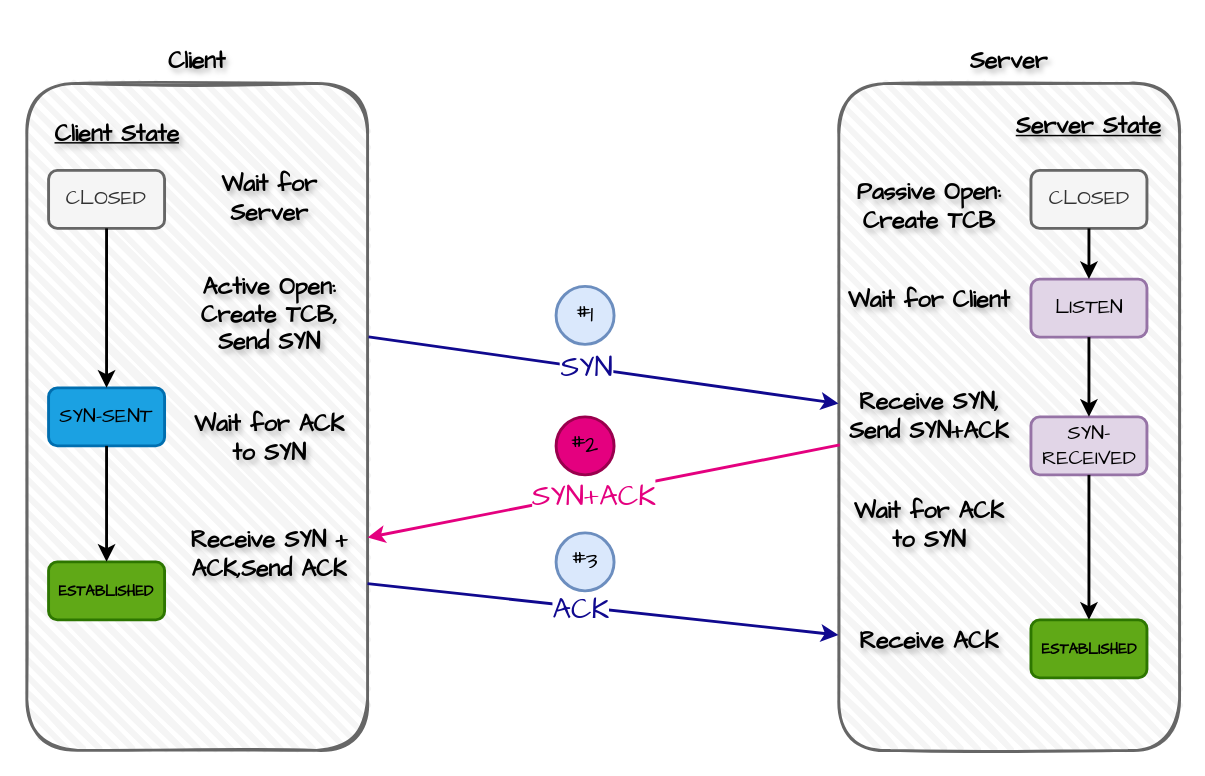
Earlier version of the draw.io diagram page "Page-5" (5 of 5) of TCP.drawio (LuoSue/sscdn). Source tidied: cells renumbered, new cells numbered last; positions are measured from the earlier drawing's top-left corner, leaving out a move shared by most shapes. Both pictures are drawn from the tidied source at 145%, with x=0, y=0 at pixel (26, 25).
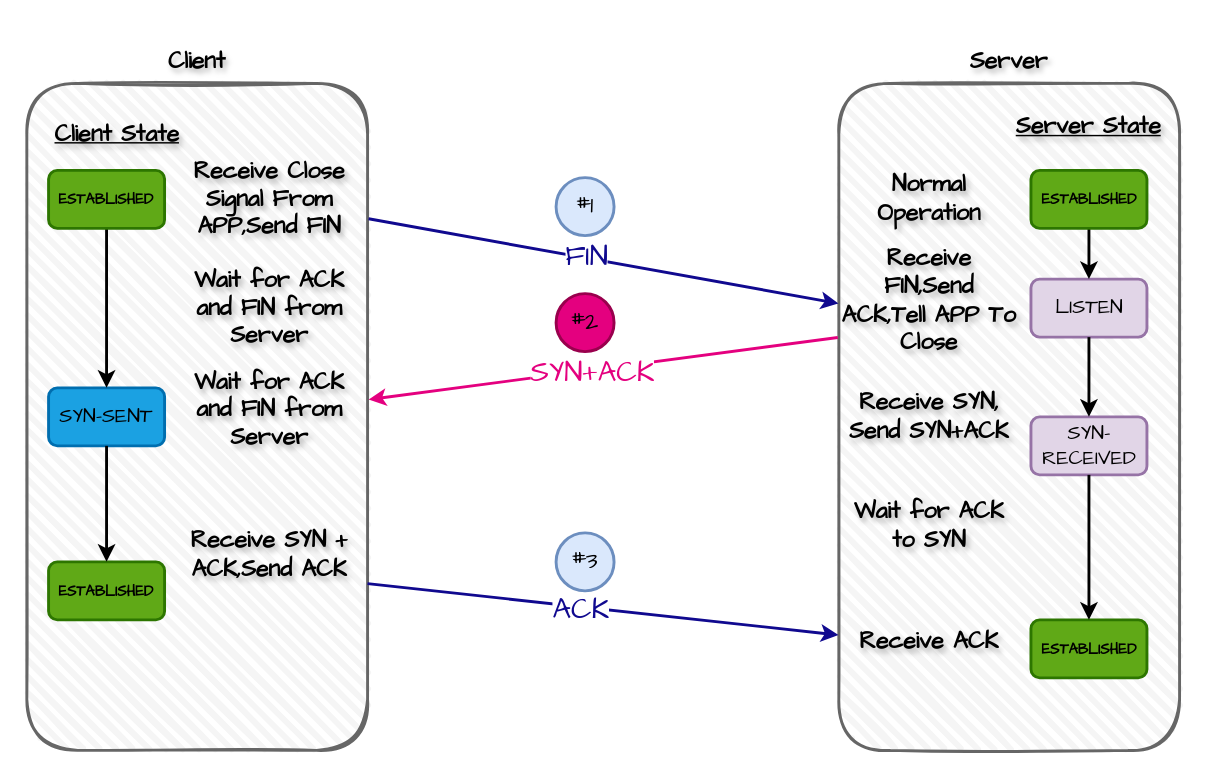
Above is the later version.

The change refers to these unchanged cells:
```xml
<mxCell id="4" style="rounded=1;whiteSpace=wrap;html=1;strokeWidth=2;fillWeight=4;hachureGap=8;hachureAngle=45;fillColor=#f5f5f5;sketch=1;strokeColor=#666666;fontColor=#333333;" parent="1" vertex="1">
  <mxGeometry y="40" width="235" height="460" as="geometry" />
</mxCell>
<mxCell id="5" style="rounded=1;whiteSpace=wrap;html=1;strokeWidth=2;fillWeight=4;hachureGap=8;hachureAngle=45;fillColor=#f5f5f5;sketch=1;strokeColor=#666666;fontColor=#333333;" parent="1" vertex="1">
  <mxGeometry x="560" y="40" width="235" height="460" as="geometry" />
</mxCell>
<mxCell id="17" value="&lt;font style=&quot;font-size: 14px;&quot; face=&quot;Comic Sans MS&quot; color=&quot;#000000&quot;&gt;SYN-SENT&lt;/font&gt;" style="rounded=1;whiteSpace=wrap;html=1;strokeWidth=2;fillWeight=4;hachureGap=8;hachureAngle=45;fillColor=#1ba1e2;strokeColor=#006EAF;fontColor=#ffffff;" parent="1" vertex="1">
  <mxGeometry x="15" y="250" width="80" height="40" as="geometry" />
</mxCell>
<mxCell id="27" value="&lt;font face=&quot;Comic Sans MS&quot;&gt;&lt;span style=&quot;font-size: 14px;&quot;&gt;LISTEN&lt;/span&gt;&lt;/font&gt;" style="rounded=1;whiteSpace=wrap;html=1;strokeWidth=2;fillWeight=4;hachureGap=8;hachureAngle=45;fillColor=#e1d5e7;strokeColor=#9673a6;" parent="1" vertex="1">
  <mxGeometry x="692.5" y="175" width="80" height="40" as="geometry" />
</mxCell>
```

The edit, as a diff of the source:
```diff
@@
-    <mxCell id="6" style="endArrow=classic;html=1;rounded=0;strokeWidth=2;exitX=1.003;exitY=0.38;exitDx=0;exitDy=0;entryX=-0.001;entryY=0.48;entryDx=0;entryDy=0;exitPerimeter=0;entryPerimeter=0;fillColor=#0050ef;strokeColor=#10098F;" parent="1" edge="1" source="4" target="5">
+    <mxCell id="6" style="endArrow=classic;html=1;rounded=0;strokeWidth=2;exitX=1.003;exitY=0.203;exitDx=0;exitDy=0;entryX=-0.001;entryY=0.33;entryDx=0;entryDy=0;exitPerimeter=0;entryPerimeter=0;fillColor=#0050ef;strokeColor=#10098F;" parent="1" edge="1" source="4" target="5">
       <mxGeometry relative="1" as="geometry" />
     </mxCell>
-    <mxCell id="7" value="&lt;font color=&quot;#10098f&quot; style=&quot;font-size: 20px;&quot; face=&quot;Comic Sans MS&quot;&gt;SYN&lt;/font&gt;" style="edgeLabel;html=1;align=center;verticalAlign=middle;" parent="6" vertex="1">
+    <mxCell id="7" value="&lt;font color=&quot;#10098f&quot; style=&quot;font-size: 20px;&quot; face=&quot;Comic Sans MS&quot;&gt;FIN&lt;/font&gt;" style="edgeLabel;html=1;align=center;verticalAlign=middle;" parent="6" vertex="1">
       <mxGeometry x="-0.18" y="-1" relative="1" as="geometry">
         <mxPoint x="17" as="offset" />
       </mxGeometry>
     </mxCell>
-    <mxCell id="8" style="endArrow=classic;html=1;rounded=0;strokeWidth=2;exitX=0.003;exitY=0.542;exitDx=0;exitDy=0;exitPerimeter=0;entryX=1;entryY=0.681;entryDx=0;entryDy=0;entryPerimeter=0;fillColor=#d80073;strokeColor=#E4007F;" parent="1" edge="1" source="5" target="4">
+    <mxCell id="8" style="endArrow=classic;html=1;rounded=0;strokeWidth=2;exitX=-0.003;exitY=0.381;exitDx=0;exitDy=0;exitPerimeter=0;entryX=1.003;entryY=0.474;entryDx=0;entryDy=0;entryPerimeter=0;fillColor=#d80073;strokeColor=#E4007F;" parent="1" edge="1" source="5" target="4">
       <mxGeometry relative="1" as="geometry" />
     </mxCell>
@@
-    <mxCell id="12" value="&lt;font style=&quot;font-size: 14px;&quot; face=&quot;Comic Sans MS&quot;&gt;CLOSED&lt;/font&gt;" style="rounded=1;whiteSpace=wrap;html=1;strokeWidth=2;fillWeight=4;hachureGap=8;hachureAngle=45;fillColor=#f5f5f5;strokeColor=#666666;fontColor=#333333;" parent="1" vertex="1">
-      <mxGeometry x="15" y="100" width="80" height="40" as="geometry" />
-    </mxCell>
-    <mxCell id="13" value="&lt;font style=&quot;font-size: 16px;&quot;&gt;&lt;b&gt;Wait for Server&lt;/b&gt;&lt;/font&gt;" style="text;html=1;align=center;verticalAlign=middle;whiteSpace=wrap;rounded=0;fontSize=16;textShadow=1;fontFamily=Comic Sans MS;" parent="1" vertex="1">
+    <mxCell id="13" value="&lt;font style=&quot;font-size: 16px;&quot;&gt;&lt;b&gt;Receive Close Signal From APP,Send FIN&lt;/b&gt;&lt;/font&gt;" style="text;html=1;align=center;verticalAlign=middle;whiteSpace=wrap;rounded=0;fontSize=16;textShadow=1;fontFamily=Comic Sans MS;" parent="1" vertex="1">
       <mxGeometry x="105" y="95" width="125" height="50" as="geometry" />
     </mxCell>
@@
-    <mxCell id="15" value="&lt;font style=&quot;font-size: 16px;&quot;&gt;&lt;b&gt;Active Open: Create TCB, Send SYN&lt;/b&gt;&lt;/font&gt;" style="text;html=1;align=center;verticalAlign=middle;whiteSpace=wrap;rounded=0;fontSize=16;textShadow=1;fontFamily=Comic Sans MS;" parent="1" vertex="1">
-      <mxGeometry x="105" y="175" width="125" height="50" as="geometry" />
+    <mxCell id="15" value="&lt;font style=&quot;font-size: 16px;&quot;&gt;&lt;b&gt;Wait for ACK and FIN from Server&lt;/b&gt;&lt;/font&gt;" style="text;html=1;align=center;verticalAlign=middle;whiteSpace=wrap;rounded=0;fontSize=16;textShadow=1;fontFamily=Comic Sans MS;" parent="1" vertex="1">
+      <mxGeometry x="105" y="170" width="125" height="50" as="geometry" />
     </mxCell>
     <mxCell id="16" value="#1" style="ellipse;whiteSpace=wrap;html=1;strokeWidth=2;fillWeight=2;hachureGap=8;fillColor=#dae8fc;fillStyle=solid;strokeColor=#6c8ebf;fontFamily=Comic Sans MS;fontSize=16;" parent="1" vertex="1">
-      <mxGeometry x="365" y="180" width="40" height="40" as="geometry" />
+      <mxGeometry x="365" y="105" width="40" height="40" as="geometry" />
     </mxCell>
@@
-    <mxCell id="18" style="endArrow=classic;html=1;rounded=0;strokeWidth=2;exitX=0.5;exitY=1;exitDx=0;exitDy=0;entryX=0.5;entryY=0;entryDx=0;entryDy=0;" parent="1" edge="1" source="12" target="17">
+    <mxCell id="18" style="endArrow=classic;html=1;rounded=0;strokeWidth=2;exitX=0.5;exitY=1;exitDx=0;exitDy=0;entryX=0.5;entryY=0;entryDx=0;entryDy=0;" parent="1" edge="1" source="38" target="17">
       <mxGeometry relative="1" as="geometry" />
     </mxCell>
-    <mxCell id="19" value="&lt;font style=&quot;font-size: 16px;&quot;&gt;&lt;b&gt;Wait for ACK to SYN&lt;/b&gt;&lt;/font&gt;" style="text;html=1;align=center;verticalAlign=middle;whiteSpace=wrap;rounded=0;fontSize=16;textShadow=1;fontFamily=Comic Sans MS;" parent="1" vertex="1">
-      <mxGeometry x="105" y="260" width="125" height="50" as="geometry" />
-    </mxCell>
@@
     <mxCell id="23" value="#2" style="ellipse;whiteSpace=wrap;html=1;strokeWidth=2;fillWeight=2;hachureGap=8;fillColor=#E4007F;fillStyle=solid;strokeColor=#99004D;fontFamily=Comic Sans MS;fontSize=16;" parent="1" vertex="1">
-      <mxGeometry x="365" y="270" width="40" height="40" as="geometry" />
+      <mxGeometry x="365" y="185" width="40" height="40" as="geometry" />
     </mxCell>
@@
-    <mxCell id="26" value="&lt;font style=&quot;font-size: 14px;&quot; face=&quot;Comic Sans MS&quot;&gt;CLOSED&lt;/font&gt;" style="rounded=1;whiteSpace=wrap;html=1;strokeWidth=2;fillWeight=4;hachureGap=8;hachureAngle=45;fillColor=#f5f5f5;strokeColor=#666666;fontColor=#333333;" parent="1" vertex="1">
-      <mxGeometry x="692.5" y="100" width="80" height="40" as="geometry" />
-    </mxCell>
@@
-    <mxCell id="30" value="&lt;font style=&quot;font-size: 16px;&quot;&gt;&lt;b&gt;Passive Open: Create TCB&lt;/b&gt;&lt;/font&gt;" style="text;html=1;align=center;verticalAlign=middle;whiteSpace=wrap;rounded=0;fontSize=16;textShadow=1;fontFamily=Comic Sans MS;" parent="1" vertex="1">
-      <mxGeometry x="560" y="100" width="125" height="50" as="geometry" />
+    <mxCell id="30" value="&lt;font style=&quot;font-size: 16px;&quot;&gt;&lt;b&gt;Normal Operation&lt;/b&gt;&lt;/font&gt;" style="text;html=1;align=center;verticalAlign=middle;whiteSpace=wrap;rounded=0;fontSize=16;textShadow=1;fontFamily=Comic Sans MS;" parent="1" vertex="1">
+      <mxGeometry x="560" y="95" width="125" height="50" as="geometry" />
     </mxCell>
-    <mxCell id="31" style="endArrow=classic;html=1;rounded=0;strokeWidth=2;exitX=0.5;exitY=1;exitDx=0;exitDy=0;entryX=0.5;entryY=0;entryDx=0;entryDy=0;" parent="1" edge="1" source="26" target="27">
+    <mxCell id="31" style="endArrow=classic;html=1;rounded=0;strokeWidth=2;exitX=0.5;exitY=1;exitDx=0;exitDy=0;entryX=0.5;entryY=0;entryDx=0;entryDy=0;" parent="1" edge="1" source="39" target="27">
       <mxGeometry relative="1" as="geometry" />
     </mxCell>
@@
-    <mxCell id="34" value="&lt;b&gt;Wait for Client&lt;/b&gt;" style="text;html=1;align=center;verticalAlign=middle;whiteSpace=wrap;rounded=0;fontSize=16;textShadow=1;fontFamily=Comic Sans MS;" parent="1" vertex="1">
+    <mxCell id="34" value="&lt;b&gt;Receive FIN,Send ACK,Tell APP To Close&lt;/b&gt;" style="text;html=1;align=center;verticalAlign=middle;whiteSpace=wrap;rounded=0;fontSize=16;textShadow=1;fontFamily=Comic Sans MS;" parent="1" vertex="1">
       <mxGeometry x="560" y="165" width="125" height="50" as="geometry" />
     </mxCell>
@@
+    <mxCell id="38" value="&lt;font size=&quot;1&quot; style=&quot;&quot; face=&quot;Comic Sans MS&quot; color=&quot;#000000&quot;&gt;&lt;b style=&quot;font-size: 10px;&quot;&gt;ESTABLISHED&lt;/b&gt;&lt;/font&gt;" style="rounded=1;whiteSpace=wrap;html=1;strokeWidth=2;fillWeight=4;hachureGap=8;hachureAngle=45;fillColor=#60a917;strokeColor=#2D7600;fontColor=#ffffff;" parent="1" vertex="1">
+      <mxGeometry x="15" y="100" width="80" height="40" as="geometry" />
+    </mxCell>
+    <mxCell id="39" value="&lt;font style=&quot;font-size: 10px;&quot; face=&quot;Comic Sans MS&quot; color=&quot;#000000&quot;&gt;&lt;b&gt;ESTABLISHED&lt;/b&gt;&lt;/font&gt;" style="rounded=1;whiteSpace=wrap;html=1;strokeWidth=2;fillWeight=4;hachureGap=8;hachureAngle=45;fillColor=#60a917;strokeColor=#2D7600;fontColor=#ffffff;" parent="1" vertex="1">
+      <mxGeometry x="692.5" y="100" width="80" height="40" as="geometry" />
+    </mxCell>
+    <mxCell id="40" value="&lt;font style=&quot;font-size: 16px;&quot;&gt;&lt;b&gt;Wait for ACK and FIN from Server&lt;/b&gt;&lt;/font&gt;" style="text;html=1;align=center;verticalAlign=middle;whiteSpace=wrap;rounded=0;fontSize=16;textShadow=1;fontFamily=Comic Sans MS;" parent="1" vertex="1">
+      <mxGeometry x="105" y="240" width="125" height="50" as="geometry" />
+    </mxCell>
```
